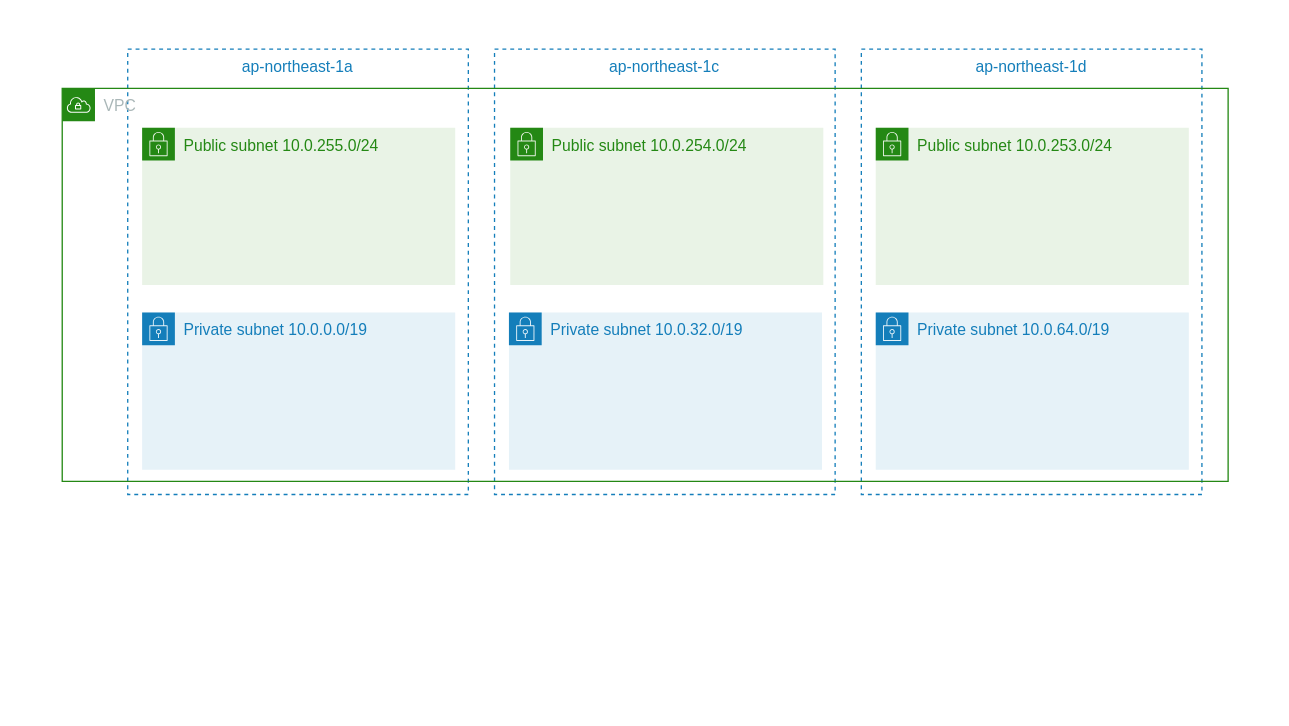
Above: page "v1" (1 of 2) of aws-vpc.drawio in hiiiide/diagram (draw.io), before the change. Source tidied: cells renumbered, new cells numbered last; positions are measured from the earlier drawing's top-left corner, leaving out a move shared by most shapes. Both pictures are drawn from the tidied source at 131%, with x=0, y=0 at pixel (22, 22).
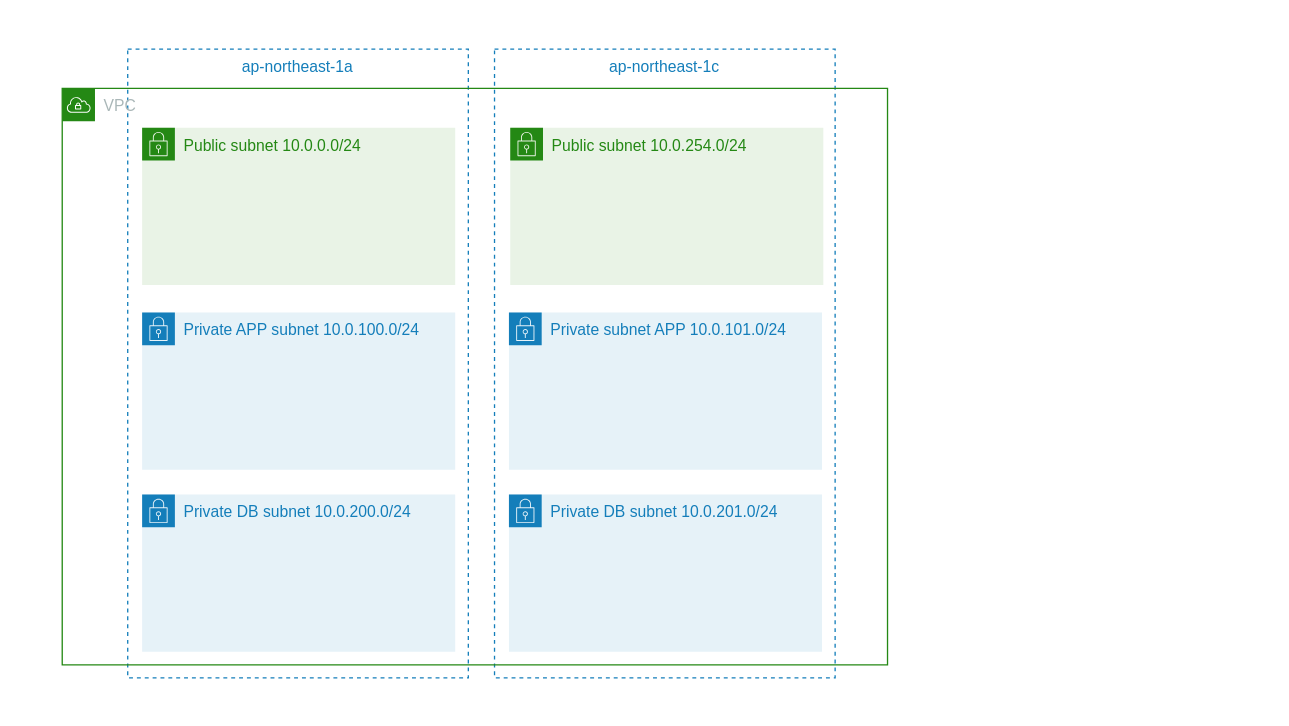
The same page after the edit.

The edit, as a diff of the source:
```diff
@@
 <mxGraphModel>
   <root>
     <mxCell id="0" />
     <mxCell id="1" parent="0" />
     <mxCell id="2" style="rounded=0;whiteSpace=wrap;html=1;fillColor=none;strokeColor=none;" parent="1" vertex="1">
-      <mxGeometry width="950" height="390" as="geometry" />
+      <mxGeometry width="690" height="520" as="geometry" />
     </mxCell>
-    <mxCell id="3" value="ap-northeast-1d" style="fillColor=none;strokeColor=#147EBA;dashed=1;verticalAlign=top;fontStyle=0;fontColor=#147EBA;" parent="1" vertex="1">
-      <mxGeometry x="640" y="20" width="260" height="340" as="geometry" />
-    </mxCell>
     <mxCell id="4" value="ap-northeast-1c" style="fillColor=none;strokeColor=#147EBA;dashed=1;verticalAlign=top;fontStyle=0;fontColor=#147EBA;" parent="1" vertex="1">
-      <mxGeometry x="360" y="20" width="260" height="340" as="geometry" />
+      <mxGeometry x="360" y="20" width="260" height="480" as="geometry" />
     </mxCell>
     <mxCell id="5" value="ap-northeast-1a" style="fillColor=none;strokeColor=#147EBA;dashed=1;verticalAlign=top;fontStyle=0;fontColor=#147EBA;" parent="1" vertex="1">
-      <mxGeometry x="80" y="20" width="260" height="340" as="geometry" />
+      <mxGeometry x="80" y="20" width="260" height="480" as="geometry" />
     </mxCell>
     <mxCell id="6" value="VPC" style="gradientColor=none;html=1;whiteSpace=wrap;fontSize=12;fontStyle=0;shape=mxgraph.aws4.group;grIcon=mxgraph.aws4.group_vpc;strokeColor=#248814;fillColor=none;verticalAlign=top;align=left;spacingLeft=30;fontColor=#AAB7B8;dashed=0;" parent="1" vertex="1">
-      <mxGeometry x="30" y="50" width="890" height="300" as="geometry" />
+      <mxGeometry x="30" y="50" width="630" height="440" as="geometry" />
     </mxCell>
-    <mxCell id="7" value="Public subnet 10.0.255.0/24" style="gradientColor=none;html=1;whiteSpace=wrap;fontSize=12;fontStyle=0;shape=mxgraph.aws4.group;grIcon=mxgraph.aws4.group_security_group;grStroke=0;strokeColor=#248814;fillColor=#E9F3E6;verticalAlign=top;align=left;spacingLeft=30;fontColor=#248814;dashed=0;" parent="1" vertex="1">
+    <mxCell id="7" value="Public subnet 10.0.0.0/24" style="gradientColor=none;html=1;whiteSpace=wrap;fontSize=12;fontStyle=0;shape=mxgraph.aws4.group;grIcon=mxgraph.aws4.group_security_group;grStroke=0;strokeColor=#248814;fillColor=#E9F3E6;verticalAlign=top;align=left;spacingLeft=30;fontColor=#248814;dashed=0;" parent="1" vertex="1">
       <mxGeometry x="91" y="80" width="239" height="120" as="geometry" />
     </mxCell>
-    <mxCell id="8" value="Private subnet 10.0.0.0/19" style="gradientColor=none;html=1;whiteSpace=wrap;fontSize=12;fontStyle=0;shape=mxgraph.aws4.group;grIcon=mxgraph.aws4.group_security_group;grStroke=0;strokeColor=#147EBA;fillColor=#E6F2F8;verticalAlign=top;align=left;spacingLeft=30;fontColor=#147EBA;dashed=0;" parent="1" vertex="1">
+    <mxCell id="8" value="Private APP subnet 10.0.100.0/24" style="gradientColor=none;html=1;whiteSpace=wrap;fontSize=12;fontStyle=0;shape=mxgraph.aws4.group;grIcon=mxgraph.aws4.group_security_group;grStroke=0;strokeColor=#147EBA;fillColor=#E6F2F8;verticalAlign=top;align=left;spacingLeft=30;fontColor=#147EBA;dashed=0;" parent="1" vertex="1">
       <mxGeometry x="91" y="221" width="239" height="120" as="geometry" />
     </mxCell>
     <mxCell id="9" value="Public subnet 10.0.254.0/24" style="gradientColor=none;html=1;whiteSpace=wrap;fontSize=12;fontStyle=0;shape=mxgraph.aws4.group;grIcon=mxgraph.aws4.group_security_group;grStroke=0;strokeColor=#248814;fillColor=#E9F3E6;verticalAlign=top;align=left;spacingLeft=30;fontColor=#248814;dashed=0;" parent="1" vertex="1">
       <mxGeometry x="372" y="80" width="239" height="120" as="geometry" />
     </mxCell>
-    <mxCell id="10" value="Private subnet 10.0.32.0/19" style="gradientColor=none;html=1;whiteSpace=wrap;fontSize=12;fontStyle=0;shape=mxgraph.aws4.group;grIcon=mxgraph.aws4.group_security_group;grStroke=0;strokeColor=#147EBA;fillColor=#E6F2F8;verticalAlign=top;align=left;spacingLeft=30;fontColor=#147EBA;dashed=0;" parent="1" vertex="1">
+    <mxCell id="10" value="Private subnet APP 10.0.101.0/24" style="gradientColor=none;html=1;whiteSpace=wrap;fontSize=12;fontStyle=0;shape=mxgraph.aws4.group;grIcon=mxgraph.aws4.group_security_group;grStroke=0;strokeColor=#147EBA;fillColor=#E6F2F8;verticalAlign=top;align=left;spacingLeft=30;fontColor=#147EBA;dashed=0;" parent="1" vertex="1">
       <mxGeometry x="371" y="221" width="239" height="120" as="geometry" />
     </mxCell>
-    <mxCell id="11" value="Public subnet 10.0.253.0/24" style="gradientColor=none;html=1;whiteSpace=wrap;fontSize=12;fontStyle=0;shape=mxgraph.aws4.group;grIcon=mxgraph.aws4.group_security_group;grStroke=0;strokeColor=#248814;fillColor=#E9F3E6;verticalAlign=top;align=left;spacingLeft=30;fontColor=#248814;dashed=0;" parent="1" vertex="1">
-      <mxGeometry x="651" y="80" width="239" height="120" as="geometry" />
-    </mxCell>
-    <mxCell id="12" value="Private subnet 10.0.64.0/19" style="gradientColor=none;html=1;whiteSpace=wrap;fontSize=12;fontStyle=0;shape=mxgraph.aws4.group;grIcon=mxgraph.aws4.group_security_group;grStroke=0;strokeColor=#147EBA;fillColor=#E6F2F8;verticalAlign=top;align=left;spacingLeft=30;fontColor=#147EBA;dashed=0;" parent="1" vertex="1">
-      <mxGeometry x="651" y="221" width="239" height="120" as="geometry" />
-    </mxCell>
+    <mxCell id="13" value="Private DB subnet 10.0.200.0/24" style="gradientColor=none;html=1;whiteSpace=wrap;fontSize=12;fontStyle=0;shape=mxgraph.aws4.group;grIcon=mxgraph.aws4.group_security_group;grStroke=0;strokeColor=#147EBA;fillColor=#E6F2F8;verticalAlign=top;align=left;spacingLeft=30;fontColor=#147EBA;dashed=0;" parent="1" vertex="1">
+      <mxGeometry x="91" y="360" width="239" height="120" as="geometry" />
+    </mxCell>
+    <mxCell id="14" value="Private DB subnet 10.0.201.0/24" style="gradientColor=none;html=1;whiteSpace=wrap;fontSize=12;fontStyle=0;shape=mxgraph.aws4.group;grIcon=mxgraph.aws4.group_security_group;grStroke=0;strokeColor=#147EBA;fillColor=#E6F2F8;verticalAlign=top;align=left;spacingLeft=30;fontColor=#147EBA;dashed=0;" parent="1" vertex="1">
+      <mxGeometry x="371" y="360" width="239" height="120" as="geometry" />
+    </mxCell>
   </root>
 </mxGraphModel>
```
